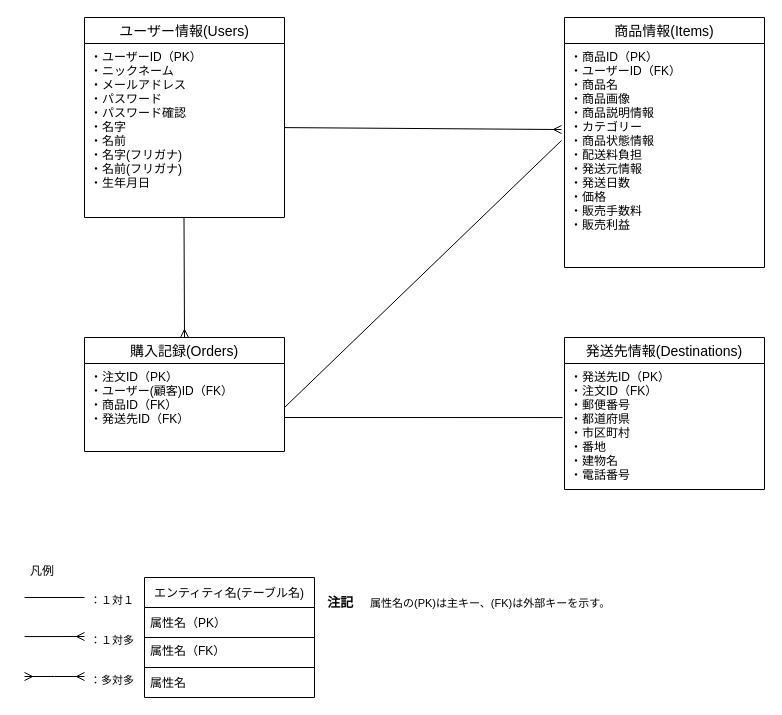
The draw.io diagram furima-38133.dio in NO1224/furima-38133, before the edit. Source tidied: cells renumbered, new cells numbered last; positions are measured from the earlier drawing's top-left corner, leaving out a move shared by most shapes. Both pictures are drawn from the tidied source at 100%, with x=0, y=0 at pixel (24, 17).
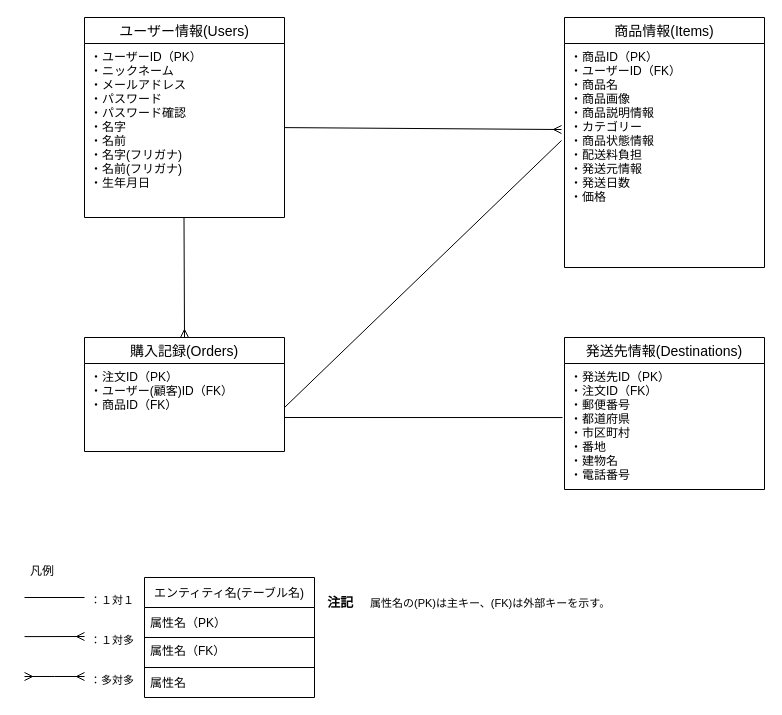
Above is the later version.

Commit message (it also covers changes not shown here):
ER図、README修正

Unchanged cells that the change refers to:
```xml
<mxCell id="4" value="商品情報(Items)" style="swimlane;fontStyle=0;horizontal=1;startSize=26;align=center;fontSize=14;" parent="1" vertex="1">
  <mxGeometry x="540" width="200" height="250" as="geometry" />
</mxCell>
<mxCell id="6" value="購入記録(Orders)" style="swimlane;fontStyle=0;horizontal=1;startSize=26;align=center;fontSize=14;" parent="1" vertex="1">
  <mxGeometry x="60" y="320" width="200" height="114" as="geometry" />
</mxCell>
```

What changed in the source:
```diff
@@
-    <mxCell id="5" value="・商品ID（PK）&#10;・ユーザーID（FK）&#10;・商品名&#10;・商品画像&#10;・商品説明情報&#10;・カテゴリー&#10;・商品状態情報&#10;・配送料負担&#10;・発送元情報&#10;・発送日数&#10;・価格&#10;・販売手数料&#10;・販売利益" style="text;strokeColor=none;fillColor=none;spacingLeft=4;spacingRight=4;overflow=hidden;points=[[0,0.5],[1,0.5]];portConstraint=eastwest;fontSize=12;" parent="4" vertex="1">
+    <mxCell id="5" value="・商品ID（PK）&#10;・ユーザーID（FK）&#10;・商品名&#10;・商品画像&#10;・商品説明情報&#10;・カテゴリー&#10;・商品状態情報&#10;・配送料負担&#10;・発送元情報&#10;・発送日数&#10;・価格" style="text;strokeColor=none;fillColor=none;spacingLeft=4;spacingRight=4;overflow=hidden;points=[[0,0.5],[1,0.5]];portConstraint=eastwest;fontSize=12;" parent="4" vertex="1">
       <mxGeometry y="26" width="200" height="224" as="geometry" />
     </mxCell>
@@
-    <mxCell id="7" value="・注文ID（PK）&#10;・ユーザー(顧客)ID（FK）&#10;・商品ID（FK）&#10;・発送先ID（FK）" style="text;strokeColor=none;fillColor=none;spacingLeft=4;spacingRight=4;overflow=hidden;points=[[0,0.5],[1,0.5]];portConstraint=eastwest;fontSize=12;" parent="6" vertex="1">
+    <mxCell id="7" value="・注文ID（PK）&#10;・ユーザー(顧客)ID（FK）&#10;・商品ID（FK）" style="text;strokeColor=none;fillColor=none;spacingLeft=4;spacingRight=4;overflow=hidden;points=[[0,0.5],[1,0.5]];portConstraint=eastwest;fontSize=12;" parent="6" vertex="1">
       <mxGeometry y="26" width="200" height="88" as="geometry" />
     </mxCell>
```
